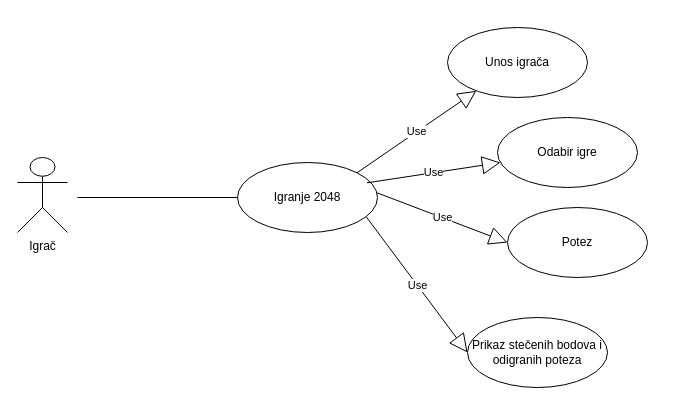
This is page "UseCase: Igranje 2048" (1 of 5) of dijagram.drawio from ivanaher/2048, a draw.io file, before an edit. Source tidied: cells renumbered, new cells numbered last; positions are measured from the earlier drawing's top-left corner, leaving out a move shared by most shapes. Both pictures are drawn from the tidied source at 100%, with x=0, y=0 at pixel (17, 27).
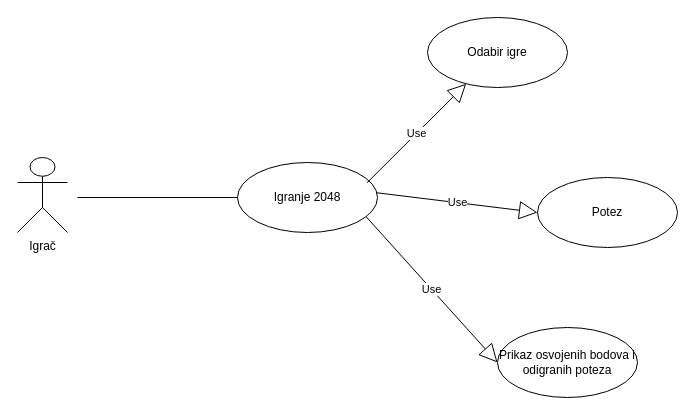
Above is the later version.

What changed in the source:
```diff
@@
 <mxGraphModel>
   <root>
     <mxCell id="0" />
     <mxCell id="1" parent="0" />
     <mxCell id="2" value="Igrač" style="shape=umlActor;verticalLabelPosition=bottom;verticalAlign=top;html=1;" parent="1" vertex="1">
       <mxGeometry y="130" width="50" height="75" as="geometry" />
     </mxCell>
     <mxCell id="3" value="Igranje 2048" style="ellipse;whiteSpace=wrap;html=1;" parent="1" vertex="1">
       <mxGeometry x="220" y="135" width="140" height="70" as="geometry" />
     </mxCell>
     <mxCell id="4" style="endArrow=none;html=1;exitX=0;exitY=0.5;exitDx=0;exitDy=0;" parent="1" edge="1" source="3">
       <mxGeometry relative="1" as="geometry">
         <mxPoint x="60" y="170" as="targetPoint" />
       </mxGeometry>
     </mxCell>
-    <mxCell id="5" value="Unos igrača" style="ellipse;whiteSpace=wrap;html=1;" parent="1" vertex="1">
-      <mxGeometry x="430" width="140" height="70" as="geometry" />
-    </mxCell>
     <mxCell id="6" value="Odabir igre" style="ellipse;whiteSpace=wrap;html=1;" parent="1" vertex="1">
-      <mxGeometry x="480" y="90" width="140" height="70" as="geometry" />
+      <mxGeometry x="410" y="-10" width="140" height="70" as="geometry" />
     </mxCell>
     <mxCell id="7" value="Potez" style="ellipse;whiteSpace=wrap;html=1;" parent="1" vertex="1">
-      <mxGeometry x="490" y="180" width="140" height="70" as="geometry" />
+      <mxGeometry x="520" y="150" width="140" height="70" as="geometry" />
     </mxCell>
-    <mxCell id="8" value="Prikaz stečenih bodova i odigranih poteza" style="ellipse;whiteSpace=wrap;html=1;" parent="1" vertex="1">
-      <mxGeometry x="450" y="290" width="140" height="70" as="geometry" />
+    <mxCell id="8" value="Prikaz osvojenih bodova i odigranih poteza" style="ellipse;whiteSpace=wrap;html=1;" parent="1" vertex="1">
+      <mxGeometry x="480" y="300" width="140" height="70" as="geometry" />
     </mxCell>
-    <mxCell id="9" value="Use" style="endArrow=block;endSize=16;endFill=0;html=1;exitX=1;exitY=0;exitDx=0;exitDy=0;" parent="1" edge="1" source="3" target="5">
-      <mxGeometry relative="1" as="geometry" />
-    </mxCell>
     <mxCell id="10" value="Use" style="endArrow=block;endSize=16;endFill=0;html=1;exitX=1;exitY=0;exitDx=0;exitDy=0;" parent="1" edge="1" target="6">
       <mxGeometry relative="1" as="geometry">
         <mxPoint x="349.5" y="155.3" as="sourcePoint" />
       </mxGeometry>
     </mxCell>
     <mxCell id="11" value="Use" style="endArrow=block;endSize=16;endFill=0;html=1;exitX=1;exitY=0;exitDx=0;exitDy=0;entryX=0;entryY=0.5;entryDx=0;entryDy=0;" parent="1" edge="1" target="7">
       <mxGeometry relative="1" as="geometry">
         <mxPoint x="359.5" y="165.3" as="sourcePoint" />
       </mxGeometry>
     </mxCell>
     <mxCell id="12" value="Use" style="endArrow=block;endSize=16;endFill=0;html=1;exitX=0.92;exitY=0.777;exitDx=0;exitDy=0;exitPerimeter=0;entryX=0;entryY=0.5;entryDx=0;entryDy=0;" parent="1" edge="1" source="3" target="8">
       <mxGeometry relative="1" as="geometry" />
     </mxCell>
   </root>
 </mxGraphModel>
```
